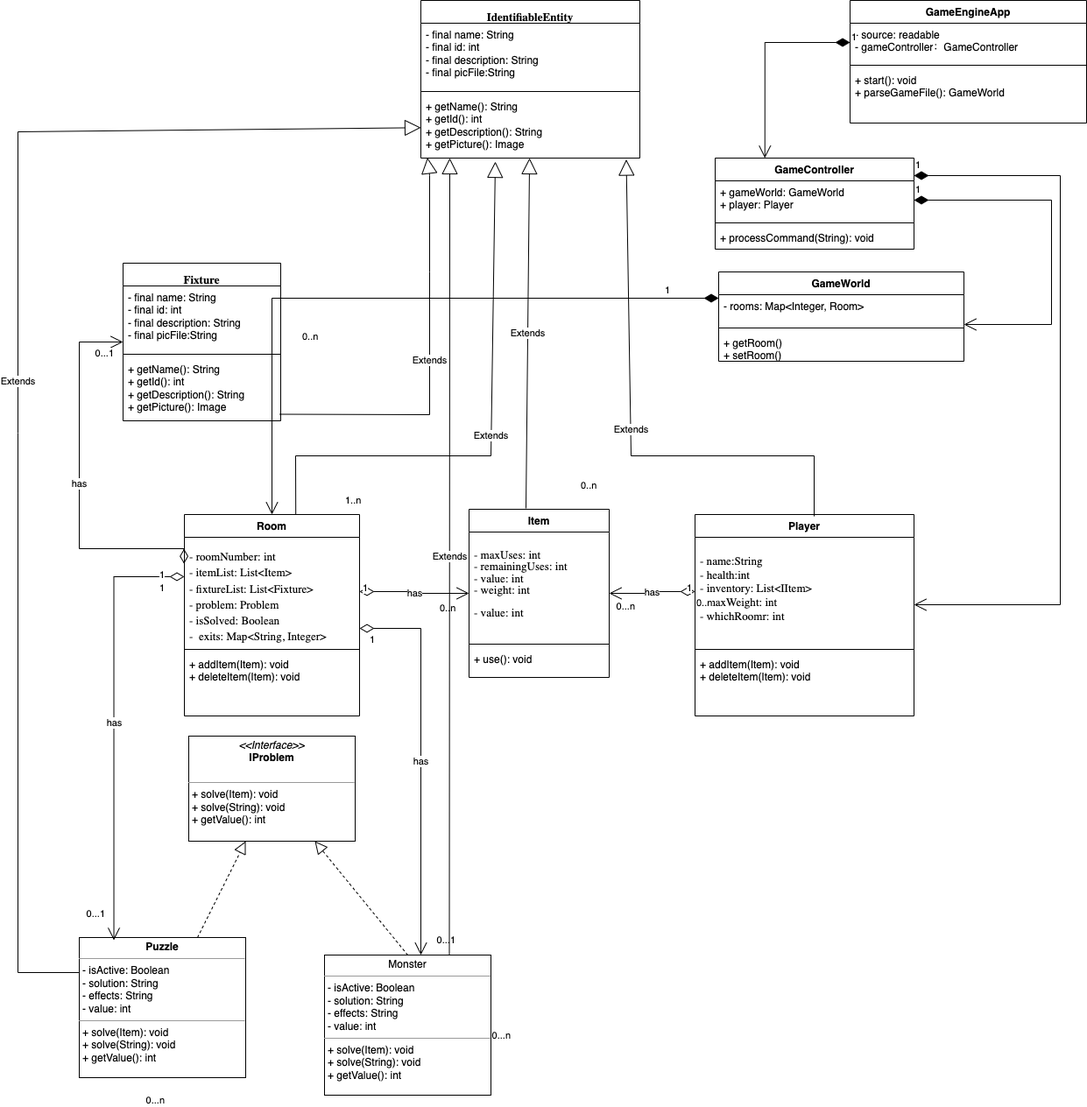
This is docs/hw7_class.png from thomaszhang2661/RoomRunner, a draw.io export, as it was before one commit. Source tidied: cells renumbered, new cells last; positions are measured from the earlier drawing's top-left corner, leaving out a move shared by most shapes.
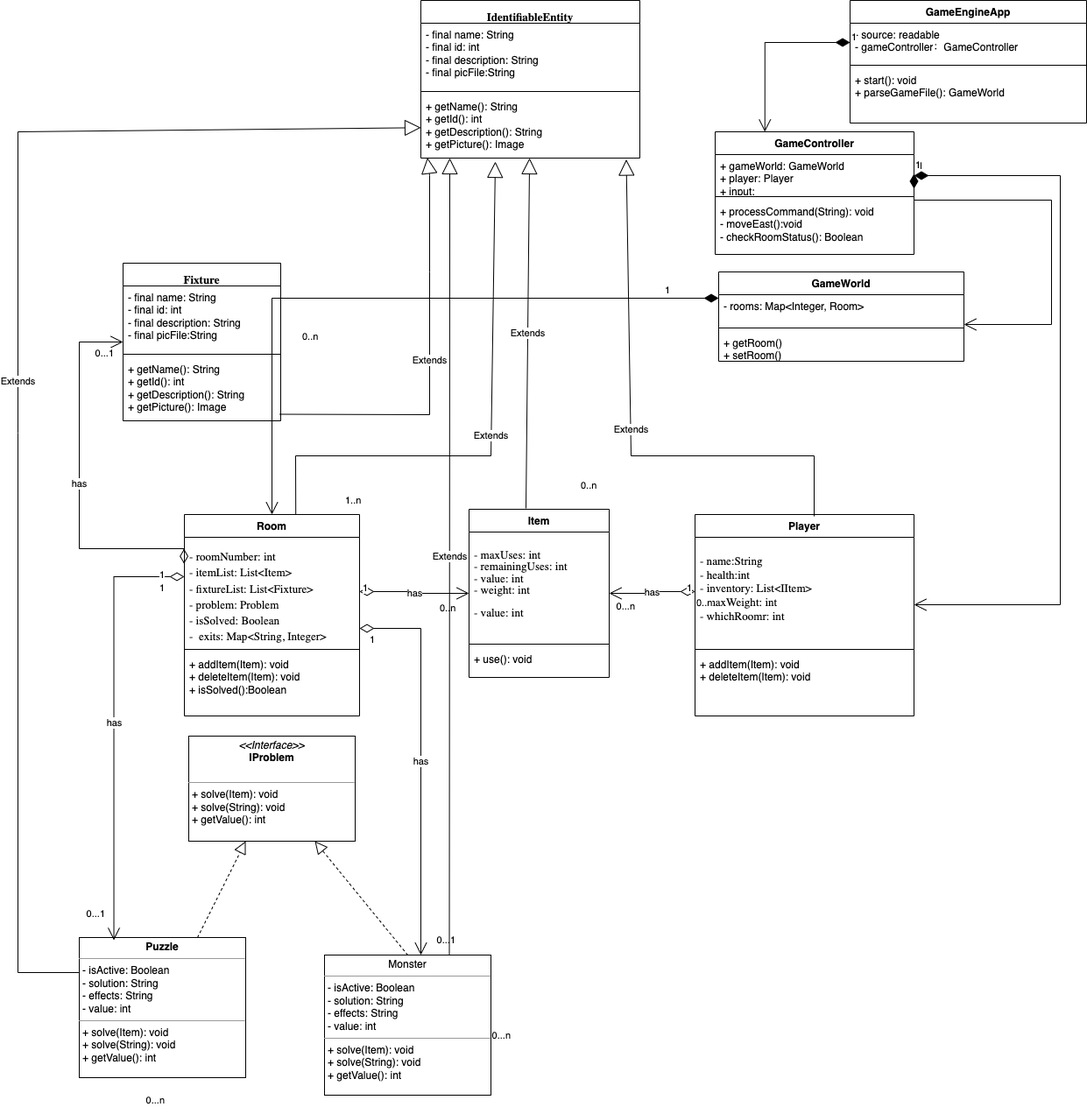
After the change.

Commit message:
update class uml according to sequence

The edit, as a diff of the source:
```diff
@@ -15,16 +15,16 @@
       <mxGeometry y="78" width="270" height="62" as="geometry" />
     </mxCell>
     <mxCell id="6" value="GameController" style="swimlane;fontStyle=1;align=center;verticalAlign=top;horizontal=1;startSize=26;whiteSpace=wrap;html=1;" parent="1" vertex="1">
-      <mxGeometry x="796" y="180" width="227" height="104" as="geometry" />
+      <mxGeometry x="796" y="150" width="227" height="140" as="geometry" />
     </mxCell>
-    <mxCell id="7" value="+&amp;nbsp;gameWorld&lt;span style=&quot;background-color: initial;&quot;&gt;: GameWorld&lt;br&gt;+ player: Player&lt;br&gt;&lt;/span&gt;" style="text;strokeColor=none;fillColor=none;align=left;verticalAlign=top;spacingLeft=4;spacingRight=4;overflow=hidden;points=[[0,0.5],[1,0.5]];portConstraint=eastwest;whiteSpace=wrap;html=1;" parent="6" vertex="1">
+    <mxCell id="7" value="+&amp;nbsp;gameWorld&lt;span style=&quot;background-color: initial;&quot;&gt;: GameWorld&lt;br&gt;+ player: Player&lt;br&gt;+ input:&lt;br&gt;&lt;/span&gt;" style="text;strokeColor=none;fillColor=none;align=left;verticalAlign=top;spacingLeft=4;spacingRight=4;overflow=hidden;points=[[0,0.5],[1,0.5]];portConstraint=eastwest;whiteSpace=wrap;html=1;" parent="6" vertex="1">
       <mxGeometry y="26" width="227" height="44" as="geometry" />
     </mxCell>
     <mxCell id="8" style="line;strokeWidth=1;fillColor=none;align=left;verticalAlign=middle;spacingTop=-1;spacingLeft=3;spacingRight=3;labelPosition=right;strokeColor=inherit;" parent="6" vertex="1">
       <mxGeometry y="70" width="227" height="8" as="geometry" />
     </mxCell>
-    <mxCell id="9" value="+&amp;nbsp;processCommand(String)&lt;span style=&quot;background-color: initial;&quot;&gt;: void&lt;/span&gt;" style="text;strokeColor=none;fillColor=none;align=left;verticalAlign=top;spacingLeft=4;spacingRight=4;overflow=hidden;whiteSpace=wrap;html=1;" parent="6" vertex="1">
-      <mxGeometry y="78" width="227" height="26" as="geometry" />
+    <mxCell id="9" value="+&amp;nbsp;processCommand(String)&lt;span style=&quot;background-color: initial;&quot;&gt;: void&lt;br&gt;- moveEast():void&lt;br&gt;- checkRoomStatus(): Boolean&lt;br&gt;&lt;/span&gt;" style="text;strokeColor=none;fillColor=none;align=left;verticalAlign=top;spacingLeft=4;spacingRight=4;overflow=hidden;whiteSpace=wrap;html=1;" parent="6" vertex="1">
+      <mxGeometry y="78" width="227" height="62" as="geometry" />
     </mxCell>
     <mxCell id="10" value="1" style="endArrow=open;html=1;endSize=12;startArrow=diamondThin;startSize=14;startFill=1;edgeStyle=orthogonalEdgeStyle;align=left;verticalAlign=bottom;rounded=0;entryX=0.25;entryY=0;entryDx=0;entryDy=0;" parent="1" edge="1" source="3" target="6">
       <mxGeometry x="-1" y="3" relative="1" as="geometry" />
@@ -76,7 +76,7 @@
     <mxCell id="25" style="line;strokeWidth=1;fillColor=none;align=left;verticalAlign=middle;spacingTop=-1;spacingLeft=3;spacingRight=3;labelPosition=right;strokeColor=inherit;" parent="23" vertex="1">
       <mxGeometry y="150" width="200" height="8" as="geometry" />
     </mxCell>
-    <mxCell id="26" value="+ addItem(Item): void&lt;br&gt;+ deleteItem(Item): void" style="text;strokeColor=none;fillColor=none;align=left;verticalAlign=top;spacingLeft=4;spacingRight=4;overflow=hidden;whiteSpace=wrap;html=1;" parent="23" vertex="1">
+    <mxCell id="26" value="+ addItem(Item): void&lt;br&gt;+ deleteItem(Item): void&lt;br&gt;+ isSolved():Boolean" style="text;strokeColor=none;fillColor=none;align=left;verticalAlign=top;spacingLeft=4;spacingRight=4;overflow=hidden;whiteSpace=wrap;html=1;" parent="23" vertex="1">
       <mxGeometry y="158" width="200" height="72" as="geometry" />
     </mxCell>
     <mxCell id="27" value="has" style="endArrow=open;html=1;endSize=12;startArrow=diamondThin;startSize=14;startFill=0;edgeStyle=orthogonalEdgeStyle;rounded=0;" parent="1" edge="1" source="24" target="15">
```
